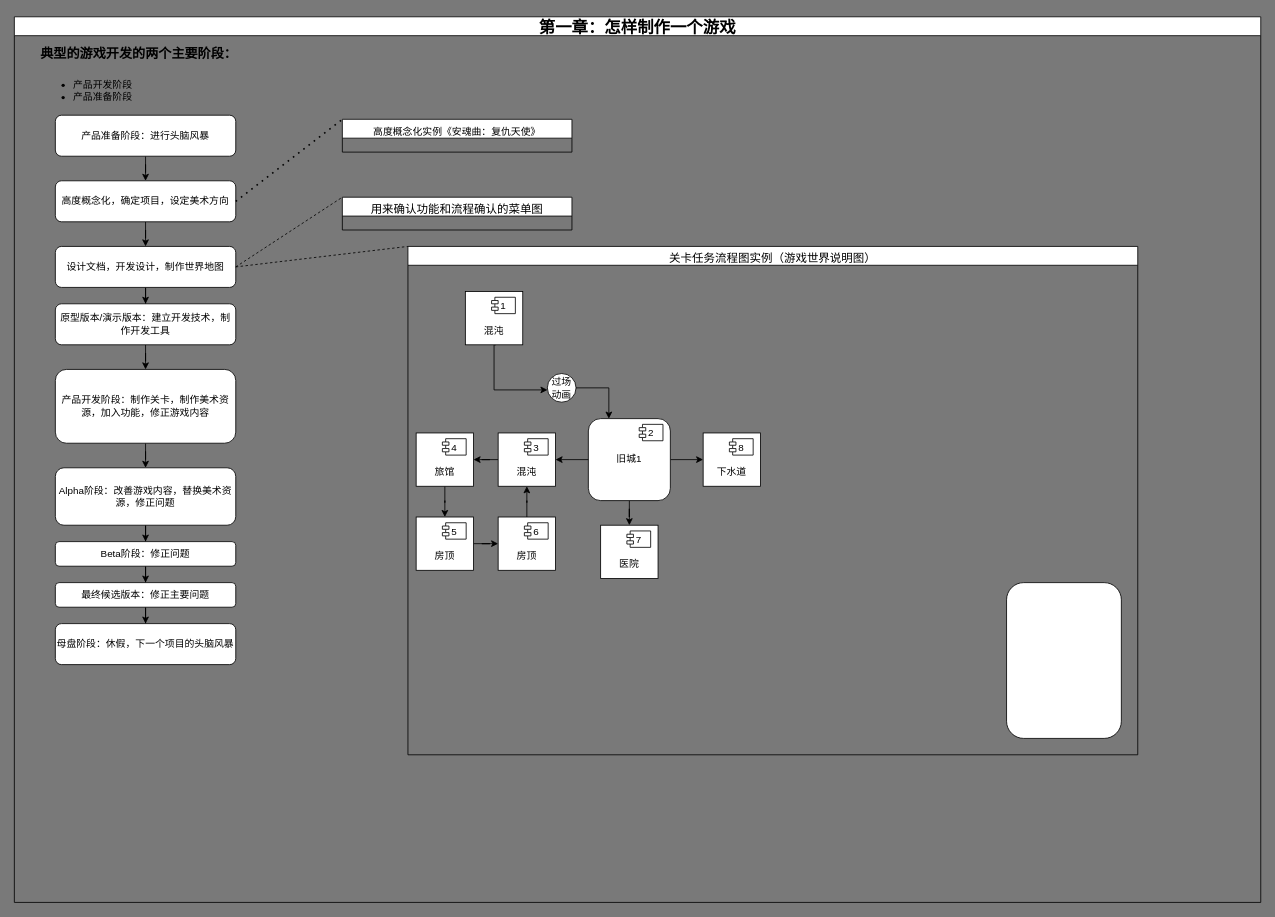
Before: 游戏关卡设计读书笔记.drawio in MagicWord-cmd/MyBookMark, a draw.io diagram. Source tidied: cells renumbered, new cells numbered last; positions are measured from the earlier drawing's top-left corner, leaving out a move shared by most shapes. Both pictures are drawn from the tidied source at 82%, with x=0, y=0 at pixel (14, 16).
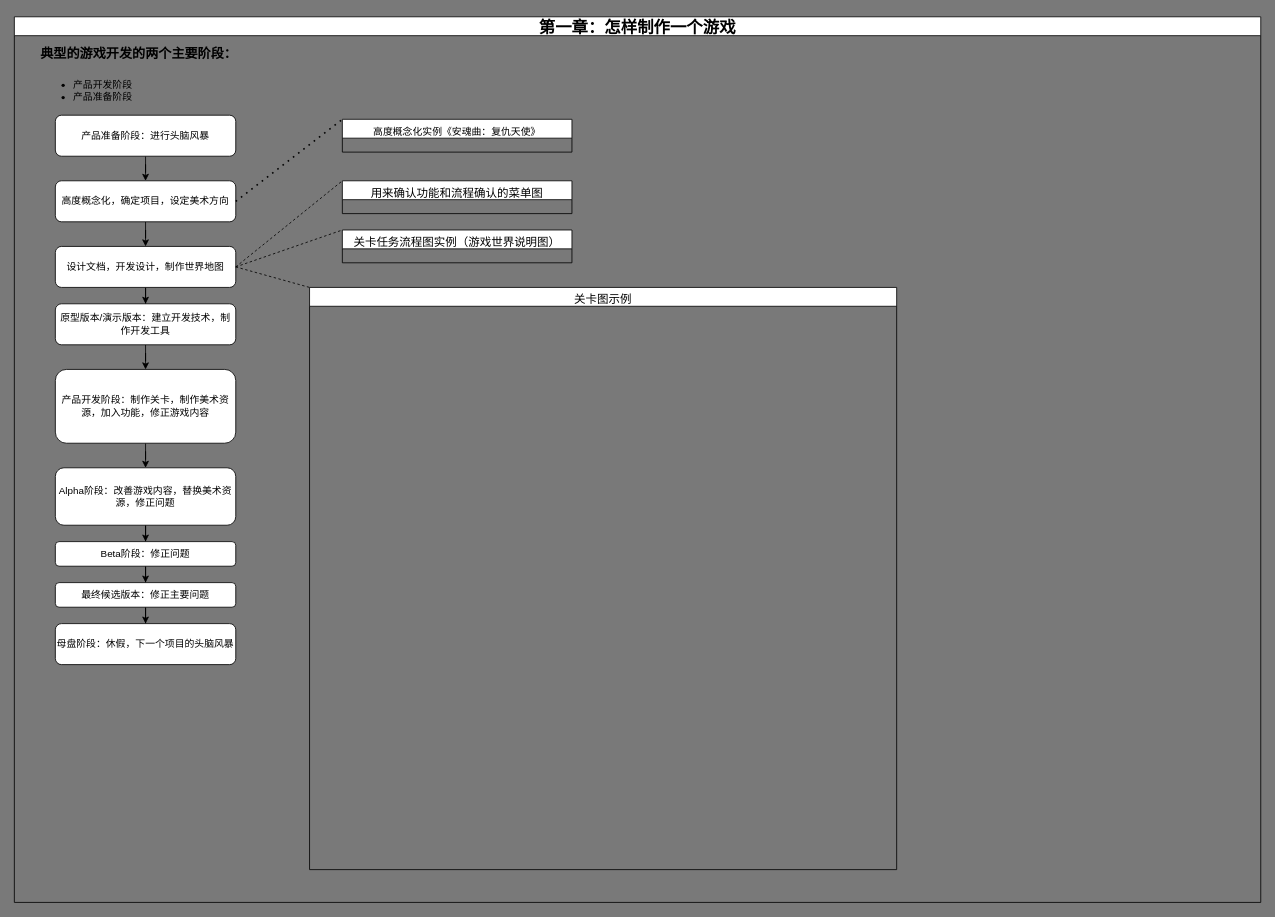
After the change.

Commit message:
更新游戏关卡设计读书笔记.drawio

Unchanged cells that the change refers to:
```xml
<mxCell id="2" value="&lt;font style=&quot;font-size: 20px;&quot;&gt;第一章：怎样制作一个游戏&lt;/font&gt;" style="swimlane;whiteSpace=wrap;html=1;fontSize=24;" parent="1" vertex="1">
  <mxGeometry width="1520" height="1080" as="geometry" />
</mxCell>
<mxCell id="10" value="设计文档，开发设计，制作世界地图" style="whiteSpace=wrap;html=1;rounded=1;" parent="2" vertex="1">
  <mxGeometry x="50" y="280" width="220" height="50" as="geometry" />
</mxCell>
```

Diff of the diagram source:
```diff
@@
     <mxCell id="24" value="&lt;div style=&quot;&quot;&gt;&lt;span style=&quot;font-size: 14px; font-weight: 400;&quot;&gt;用来确认功能和流程确认的菜单图&lt;/span&gt;&lt;/div&gt;" style="swimlane;whiteSpace=wrap;html=1;fontSize=24;startSize=23;align=center;" parent="2" vertex="1" collapsed="1">
-      <mxGeometry x="400" y="220" width="280" height="40" as="geometry" />
+      <mxGeometry x="400" y="200" width="280" height="40" as="geometry" />
     </mxCell>
@@
-    <mxCell id="26" value="&lt;div style=&quot;&quot;&gt;&lt;span style=&quot;font-size: 14px; font-weight: 400;&quot;&gt;关卡任务流程图实例（游戏世界说明图）&lt;/span&gt;&lt;/div&gt;" style="swimlane;whiteSpace=wrap;html=1;fontSize=24;startSize=23;align=center;" parent="2" vertex="1">
-      <mxGeometry x="480" y="280" width="890" height="620" as="geometry" />
+    <mxCell id="26" value="&lt;div style=&quot;&quot;&gt;&lt;span style=&quot;font-size: 14px; font-weight: 400;&quot;&gt;关卡任务流程图实例（游戏世界说明图）&lt;/span&gt;&lt;/div&gt;" style="swimlane;whiteSpace=wrap;html=1;fontSize=24;startSize=23;align=center;" parent="2" vertex="1" collapsed="1">
+      <mxGeometry x="400" y="260" width="280" height="40" as="geometry" />
     </mxCell>
-    <mxCell id="27" style="rounded=1;whiteSpace=wrap;html=1;" parent="26" vertex="1">
-      <mxGeometry x="730" y="410" width="140" height="190" as="geometry" />
-    </mxCell>
-    <mxCell id="28" style="edgeStyle=orthogonalEdgeStyle;rounded=0;jettySize=auto;html=1;exitX=0.535;exitY=1;exitDx=0;exitDy=0;exitPerimeter=0;" parent="26" edge="1" source="31" target="30">
-      <mxGeometry relative="1" as="geometry">
-        <Array as="points">
-          <mxPoint x="105" y="120" />
-          <mxPoint x="105" y="175" />
-        </Array>
-      </mxGeometry>
-    </mxCell>
-    <mxCell id="29" style="edgeStyle=orthogonalEdgeStyle;rounded=0;jettySize=auto;html=1;entryX=0.25;entryY=0;entryDx=0;entryDy=0;" parent="26" edge="1" source="30" target="35">
-      <mxGeometry relative="1" as="geometry" />
-    </mxCell>
-    <mxCell id="30" value="过场动画" style="ellipse;whiteSpace=wrap;html=1;" parent="26" vertex="1">
-      <mxGeometry x="170" y="155" width="35" height="35" as="geometry" />
-    </mxCell>
-    <mxCell id="31" value="&lt;div&gt;&lt;br&gt;&lt;/div&gt;&lt;div style=&quot;&quot;&gt;&lt;span style=&quot;background-color: transparent; color: light-dark(rgb(0, 0, 0), rgb(255, 255, 255));&quot;&gt;&lt;br&gt;&lt;/span&gt;&lt;/div&gt;&lt;div style=&quot;&quot;&gt;&lt;span style=&quot;background-color: transparent; color: light-dark(rgb(0, 0, 0), rgb(255, 255, 255));&quot;&gt;混沌&lt;/span&gt;&lt;/div&gt;" style="html=1;whiteSpace=wrap;rounded=0;align=center;strokeColor=default;verticalAlign=middle;fontFamily=Helvetica;fontSize=12;fontColor=default;fillColor=default;" parent="26" vertex="1">
-      <mxGeometry x="70" y="55" width="70" height="65" as="geometry" />
-    </mxCell>
-    <mxCell id="32" value="1" style="shape=module;jettyWidth=8;jettyHeight=4;rounded=0;strokeColor=default;align=center;verticalAlign=middle;fontFamily=Helvetica;fontSize=12;fontColor=default;fillColor=default;" parent="31" vertex="1">
-      <mxGeometry x="1" width="29" height="20" relative="1" as="geometry">
-        <mxPoint x="-38" y="7" as="offset" />
-      </mxGeometry>
-    </mxCell>
-    <mxCell id="33" style="edgeStyle=orthogonalEdgeStyle;rounded=0;jettySize=auto;html=1;entryX=0.5;entryY=0;entryDx=0;entryDy=0;" parent="26" edge="1" source="35" target="50">
-      <mxGeometry relative="1" as="geometry" />
-    </mxCell>
-    <mxCell id="34" style="edgeStyle=orthogonalEdgeStyle;rounded=0;jettySize=auto;html=1;entryX=0;entryY=0.5;entryDx=0;entryDy=0;" parent="26" edge="1" source="35" target="52">
-      <mxGeometry relative="1" as="geometry" />
-    </mxCell>
-    <mxCell id="35" value="旧城1" style="html=1;whiteSpace=wrap;rounded=1;" parent="26" vertex="1">
-      <mxGeometry x="220" y="210" width="100" height="100" as="geometry" />
-    </mxCell>
-    <mxCell id="36" value="2" style="shape=module;jettyWidth=8;jettyHeight=4;" parent="35" vertex="1">
-      <mxGeometry x="1" width="29" height="20" relative="1" as="geometry">
-        <mxPoint x="-38" y="7" as="offset" />
-      </mxGeometry>
-    </mxCell>
-    <mxCell id="37" style="edgeStyle=orthogonalEdgeStyle;rounded=0;jettySize=auto;html=1;" parent="26" edge="1" source="38" target="42">
-      <mxGeometry relative="1" as="geometry" />
-    </mxCell>
-    <mxCell id="38" value="&lt;div&gt;&lt;br&gt;&lt;/div&gt;&lt;div style=&quot;&quot;&gt;&lt;span style=&quot;background-color: transparent; color: light-dark(rgb(0, 0, 0), rgb(255, 255, 255));&quot;&gt;&lt;br&gt;&lt;/span&gt;&lt;/div&gt;&lt;div style=&quot;&quot;&gt;&lt;span style=&quot;background-color: transparent; color: light-dark(rgb(0, 0, 0), rgb(255, 255, 255));&quot;&gt;混沌&lt;/span&gt;&lt;/div&gt;" style="html=1;whiteSpace=wrap;rounded=0;align=center;strokeColor=default;verticalAlign=middle;fontFamily=Helvetica;fontSize=12;fontColor=default;fillColor=default;" parent="26" vertex="1">
-      <mxGeometry x="110" y="227.5" width="70" height="65" as="geometry" />
-    </mxCell>
-    <mxCell id="39" value="3" style="shape=module;jettyWidth=8;jettyHeight=4;rounded=0;strokeColor=default;align=center;verticalAlign=middle;fontFamily=Helvetica;fontSize=12;fontColor=default;fillColor=default;" parent="38" vertex="1">
-      <mxGeometry x="1" width="29" height="20" relative="1" as="geometry">
-        <mxPoint x="-38" y="7" as="offset" />
-      </mxGeometry>
-    </mxCell>
-    <mxCell id="40" style="edgeStyle=orthogonalEdgeStyle;rounded=0;jettySize=auto;html=1;entryX=1;entryY=0.5;entryDx=0;entryDy=0;" parent="26" edge="1" source="35" target="38">
-      <mxGeometry relative="1" as="geometry" />
-    </mxCell>
-    <mxCell id="41" style="edgeStyle=orthogonalEdgeStyle;rounded=0;jettySize=auto;html=1;" parent="26" edge="1" source="42" target="45">
-      <mxGeometry relative="1" as="geometry" />
-    </mxCell>
-    <mxCell id="42" value="&lt;div&gt;&lt;br&gt;&lt;/div&gt;&lt;div style=&quot;&quot;&gt;&lt;span style=&quot;background-color: transparent; color: light-dark(rgb(0, 0, 0), rgb(255, 255, 255));&quot;&gt;&lt;br&gt;&lt;/span&gt;&lt;/div&gt;&lt;div style=&quot;&quot;&gt;旅馆&lt;/div&gt;" style="html=1;whiteSpace=wrap;rounded=0;align=center;strokeColor=default;verticalAlign=middle;fontFamily=Helvetica;fontSize=12;fontColor=default;fillColor=default;" parent="26" vertex="1">
-      <mxGeometry x="10" y="227.5" width="70" height="65" as="geometry" />
-    </mxCell>
-    <mxCell id="43" value="4" style="shape=module;jettyWidth=8;jettyHeight=4;rounded=0;strokeColor=default;align=center;verticalAlign=middle;fontFamily=Helvetica;fontSize=12;fontColor=default;fillColor=default;" parent="42" vertex="1">
-      <mxGeometry x="1" width="29" height="20" relative="1" as="geometry">
-        <mxPoint x="-38" y="7" as="offset" />
-      </mxGeometry>
-    </mxCell>
-    <mxCell id="44" style="edgeStyle=orthogonalEdgeStyle;rounded=0;jettySize=auto;html=1;" parent="26" edge="1" source="45" target="48">
-      <mxGeometry relative="1" as="geometry" />
-    </mxCell>
-    <mxCell id="45" value="&lt;div&gt;&lt;br&gt;&lt;/div&gt;&lt;div style=&quot;&quot;&gt;&lt;span style=&quot;background-color: transparent; color: light-dark(rgb(0, 0, 0), rgb(255, 255, 255));&quot;&gt;&lt;br&gt;&lt;/span&gt;&lt;/div&gt;&lt;div style=&quot;&quot;&gt;房顶&lt;/div&gt;" style="html=1;whiteSpace=wrap;rounded=0;align=center;strokeColor=default;verticalAlign=middle;fontFamily=Helvetica;fontSize=12;fontColor=default;fillColor=default;" parent="26" vertex="1">
-      <mxGeometry x="10" y="330" width="70" height="65" as="geometry" />
-    </mxCell>
-    <mxCell id="46" value="5" style="shape=module;jettyWidth=8;jettyHeight=4;rounded=0;strokeColor=default;align=center;verticalAlign=middle;fontFamily=Helvetica;fontSize=12;fontColor=default;fillColor=default;" parent="45" vertex="1">
-      <mxGeometry x="1" width="29" height="20" relative="1" as="geometry">
-        <mxPoint x="-38" y="7" as="offset" />
-      </mxGeometry>
-    </mxCell>
-    <mxCell id="47" style="edgeStyle=orthogonalEdgeStyle;rounded=0;jettySize=auto;html=1;entryX=0.5;entryY=1;entryDx=0;entryDy=0;" parent="26" edge="1" source="48" target="38">
-      <mxGeometry relative="1" as="geometry" />
-    </mxCell>
-    <mxCell id="48" value="&lt;div&gt;&lt;br&gt;&lt;/div&gt;&lt;div style=&quot;&quot;&gt;&lt;span style=&quot;background-color: transparent; color: light-dark(rgb(0, 0, 0), rgb(255, 255, 255));&quot;&gt;&lt;br&gt;&lt;/span&gt;&lt;/div&gt;&lt;div style=&quot;&quot;&gt;房顶&lt;/div&gt;" style="html=1;whiteSpace=wrap;rounded=0;align=center;strokeColor=default;verticalAlign=middle;fontFamily=Helvetica;fontSize=12;fontColor=default;fillColor=default;" parent="26" vertex="1">
-      <mxGeometry x="110" y="330" width="70" height="65" as="geometry" />
-    </mxCell>
-    <mxCell id="49" value="6" style="shape=module;jettyWidth=8;jettyHeight=4;rounded=0;strokeColor=default;align=center;verticalAlign=middle;fontFamily=Helvetica;fontSize=12;fontColor=default;fillColor=default;" parent="48" vertex="1">
-      <mxGeometry x="1" width="29" height="20" relative="1" as="geometry">
-        <mxPoint x="-38" y="7" as="offset" />
-      </mxGeometry>
-    </mxCell>
-    <mxCell id="50" value="&lt;div&gt;&lt;br&gt;&lt;/div&gt;&lt;div style=&quot;&quot;&gt;&lt;span style=&quot;background-color: transparent; color: light-dark(rgb(0, 0, 0), rgb(255, 255, 255));&quot;&gt;&lt;br&gt;&lt;/span&gt;&lt;/div&gt;&lt;div style=&quot;&quot;&gt;医院&lt;/div&gt;" style="html=1;whiteSpace=wrap;rounded=0;align=center;strokeColor=default;verticalAlign=middle;fontFamily=Helvetica;fontSize=12;fontColor=default;fillColor=default;" parent="26" vertex="1">
-      <mxGeometry x="235" y="340" width="70" height="65" as="geometry" />
-    </mxCell>
-    <mxCell id="51" value="7" style="shape=module;jettyWidth=8;jettyHeight=4;rounded=0;strokeColor=default;align=center;verticalAlign=middle;fontFamily=Helvetica;fontSize=12;fontColor=default;fillColor=default;" parent="50" vertex="1">
-      <mxGeometry x="1" width="29" height="20" relative="1" as="geometry">
-        <mxPoint x="-38" y="7" as="offset" />
-      </mxGeometry>
-    </mxCell>
-    <mxCell id="52" value="&lt;div&gt;&lt;br&gt;&lt;/div&gt;&lt;div style=&quot;&quot;&gt;&lt;span style=&quot;background-color: transparent; color: light-dark(rgb(0, 0, 0), rgb(255, 255, 255));&quot;&gt;&lt;br&gt;&lt;/span&gt;&lt;/div&gt;&lt;div style=&quot;&quot;&gt;下水道&lt;/div&gt;" style="html=1;whiteSpace=wrap;rounded=0;align=center;strokeColor=default;verticalAlign=middle;fontFamily=Helvetica;fontSize=12;fontColor=default;fillColor=default;" parent="26" vertex="1">
-      <mxGeometry x="360" y="227.5" width="70" height="65" as="geometry" />
-    </mxCell>
-    <mxCell id="53" value="8" style="shape=module;jettyWidth=8;jettyHeight=4;rounded=0;strokeColor=default;align=center;verticalAlign=middle;fontFamily=Helvetica;fontSize=12;fontColor=default;fillColor=default;" parent="52" vertex="1">
-      <mxGeometry x="1" width="29" height="20" relative="1" as="geometry">
-        <mxPoint x="-38" y="7" as="offset" />
-      </mxGeometry>
-    </mxCell>
@@
+    <mxCell id="55" value="&lt;div style=&quot;&quot;&gt;&lt;span style=&quot;font-size: 14px; font-weight: 400;&quot;&gt;关卡图示例&lt;/span&gt;&lt;/div&gt;" style="swimlane;whiteSpace=wrap;html=1;fontSize=24;startSize=23;align=center;" parent="2" vertex="1">
+      <mxGeometry x="360" y="330" width="716" height="710" as="geometry" />
+    </mxCell>
+    <mxCell id="56" style="endArrow=none;dashed=1;html=1;rounded=0;exitX=1;exitY=0.5;exitDx=0;exitDy=0;entryX=0;entryY=0;entryDx=0;entryDy=0;" parent="2" edge="1" source="10" target="55">
+      <mxGeometry relative="1" as="geometry" />
+    </mxCell>
```
